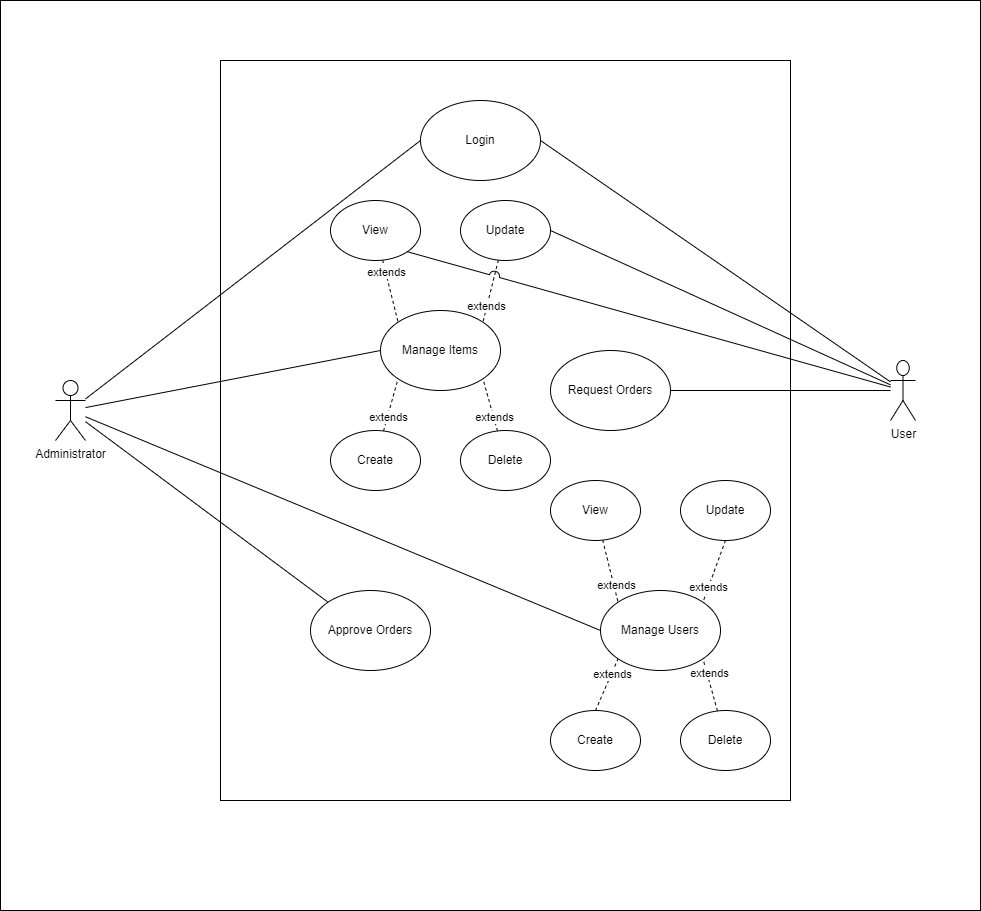
The draw.io diagram Diagrams/usecase.drawio.png in Jemikemi/Inventory-Sys-SENG-302, before a commit. Source tidied: cells renumbered, new cells last; positions are measured from the earlier drawing's top-left corner, leaving out a move shared by most shapes.
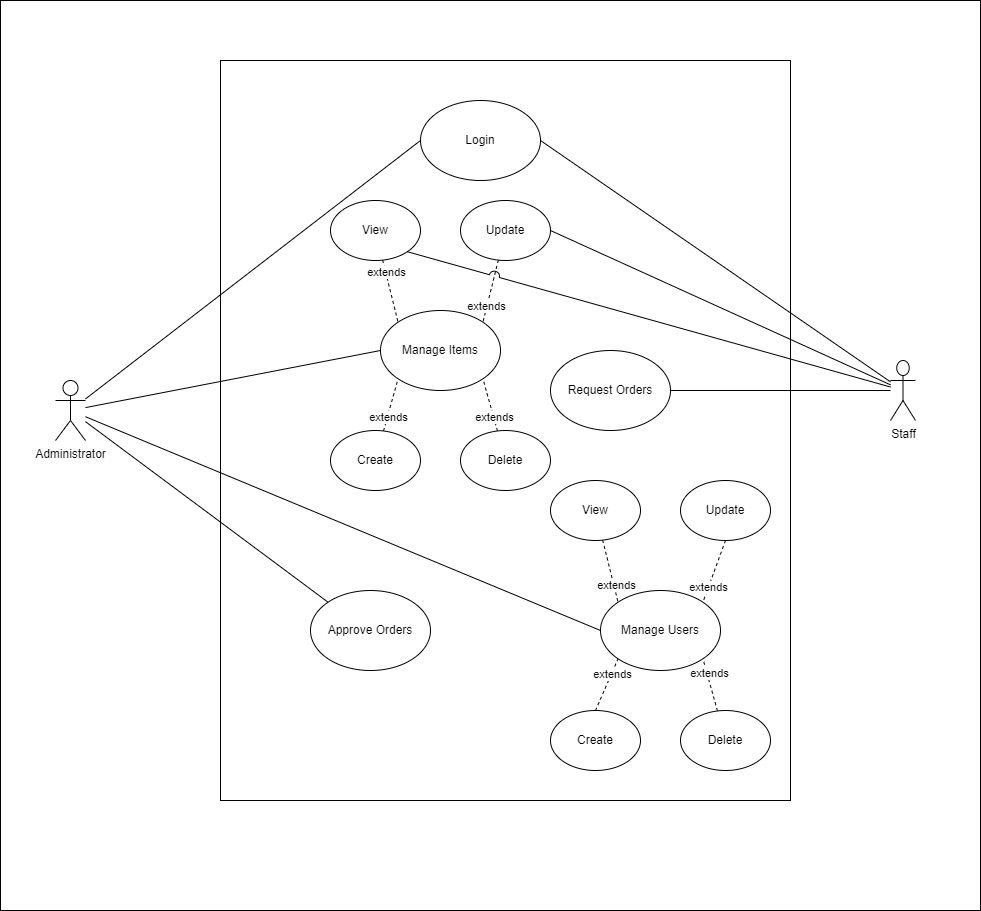
The same file after the commit.

Commit message:
I don't know what i changed

The edit, as a diff of the source:
```diff
@@ -38,7 +38,7 @@
     <mxCell id="13" style="edgeStyle=none;html=1;entryX=1;entryY=0.5;entryDx=0;entryDy=0;endArrow=none;endFill=0;" parent="1" edge="1" source="14" target="42">
       <mxGeometry relative="1" as="geometry" />
     </mxCell>
-    <mxCell id="14" value="User" style="shape=umlActor;verticalLabelPosition=bottom;verticalAlign=top;html=1;outlineConnect=0;" parent="1" vertex="1">
+    <mxCell id="14" value="Staff" style="shape=umlActor;verticalLabelPosition=bottom;verticalAlign=top;html=1;outlineConnect=0;" parent="1" vertex="1">
       <mxGeometry x="890" y="360" width="25" height="60" as="geometry" />
     </mxCell>
     <mxCell id="15" value="Manage Users" style="ellipse;whiteSpace=wrap;html=1;" parent="1" vertex="1">
```
